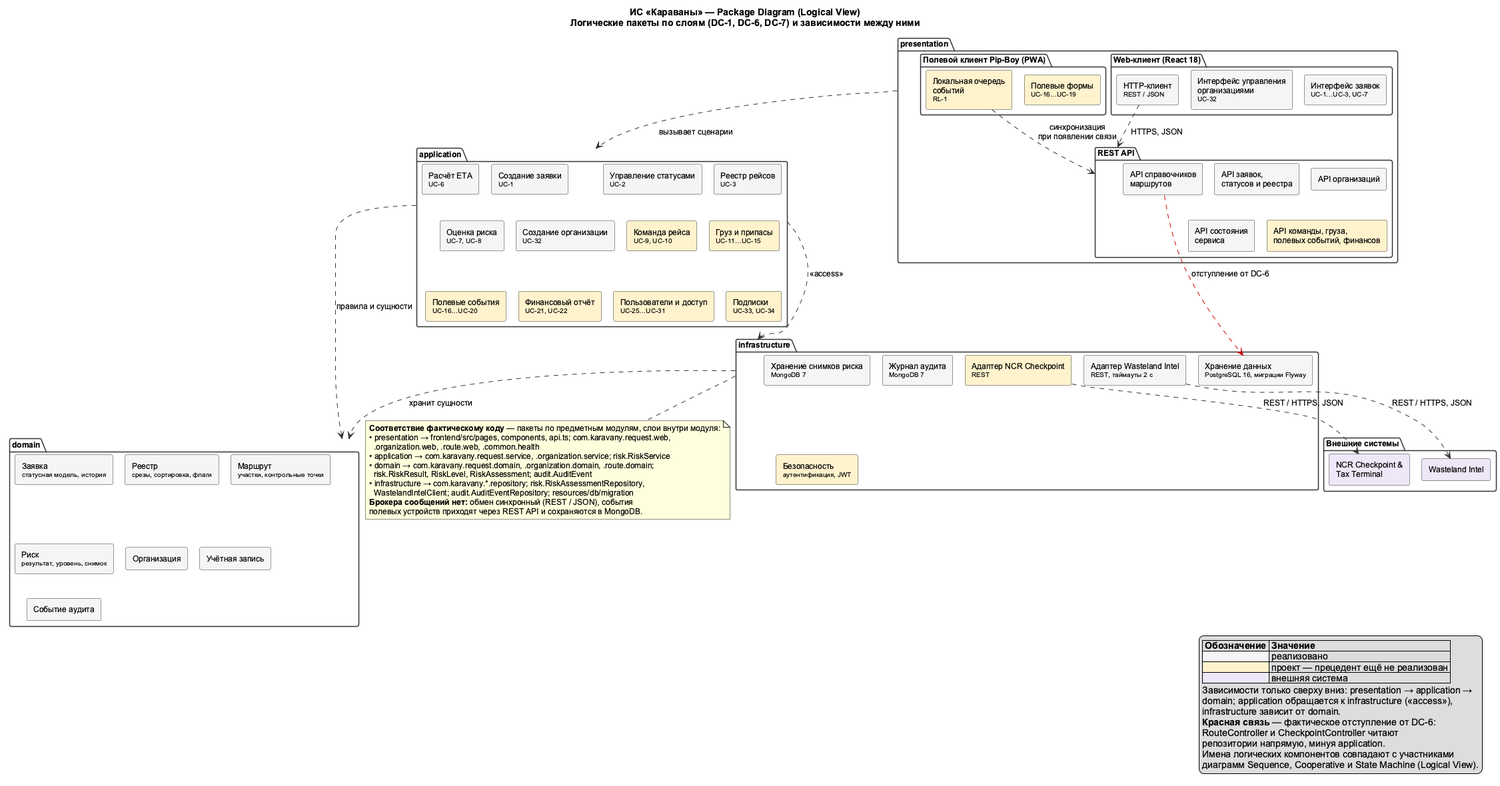
granikartem/MPI keeps this PlantUML diagram as docs/diagrams/out/PKG_LogicalView.png. Above is the earlier version.
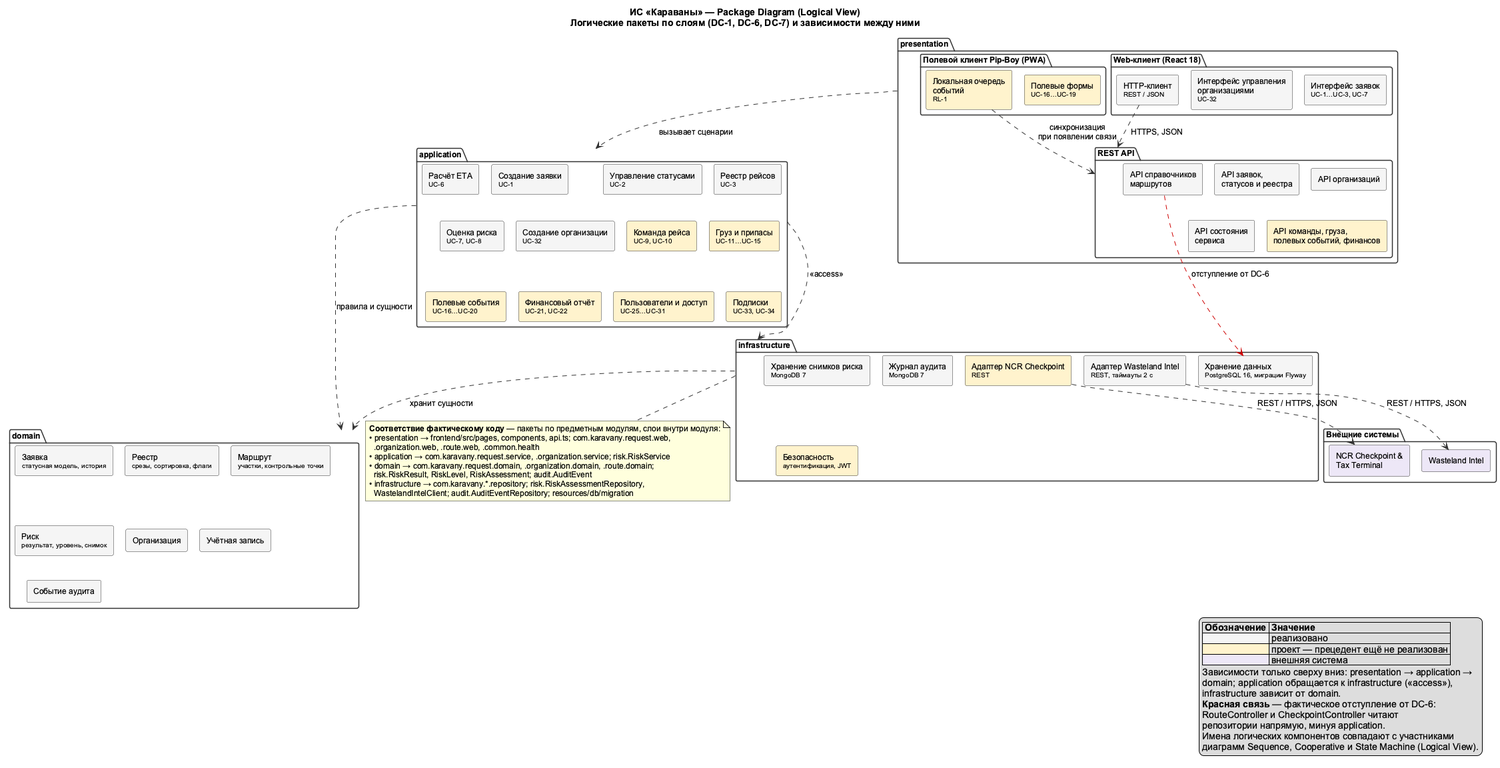
Above is the later version.

Change to the diagram source:
```diff
@@ -92,8 +92,6 @@
     risk.RiskResult, RiskLevel, RiskAssessment; audit.AuditEvent
   • infrastructure → com.karavany.*.repository; risk.RiskAssessmentRepository,
     WastelandIntelClient; audit.AuditEventRepository; resources/db/migration
-  **Брокера сообщений нет:** обмен синхронный (REST / JSON), события
-  полевых устройств приходят через REST API и сохраняются в MongoDB.
 end note
 
 legend right
```
